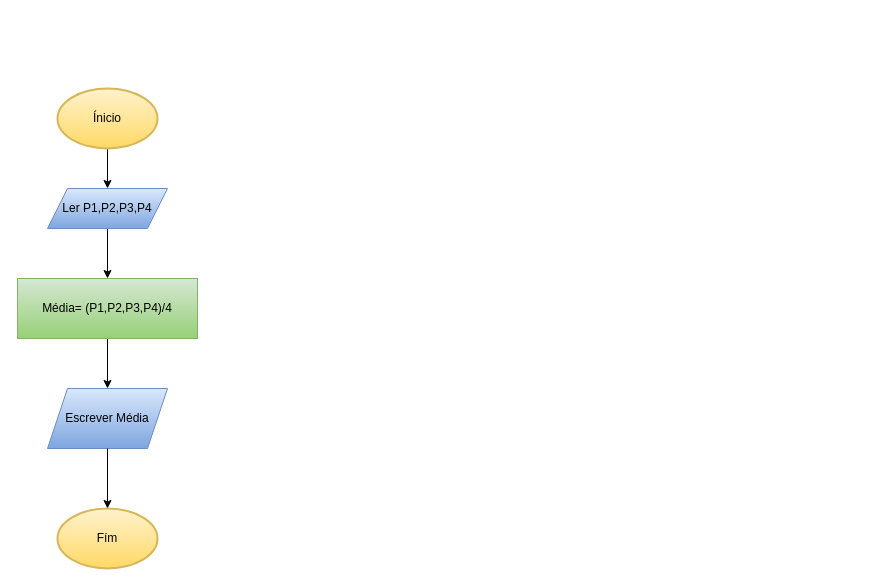
Jotape-by/Gramas keeps this draw.io diagram as Fluxogramas1.drawio. Above is the earlier version. Source tidied: cells renumbered, new cells numbered last; positions are measured from the earlier drawing's top-left corner, leaving out a move shared by most shapes. Both pictures are drawn from the tidied source at 100%, with x=0, y=0 at pixel (17, 88).
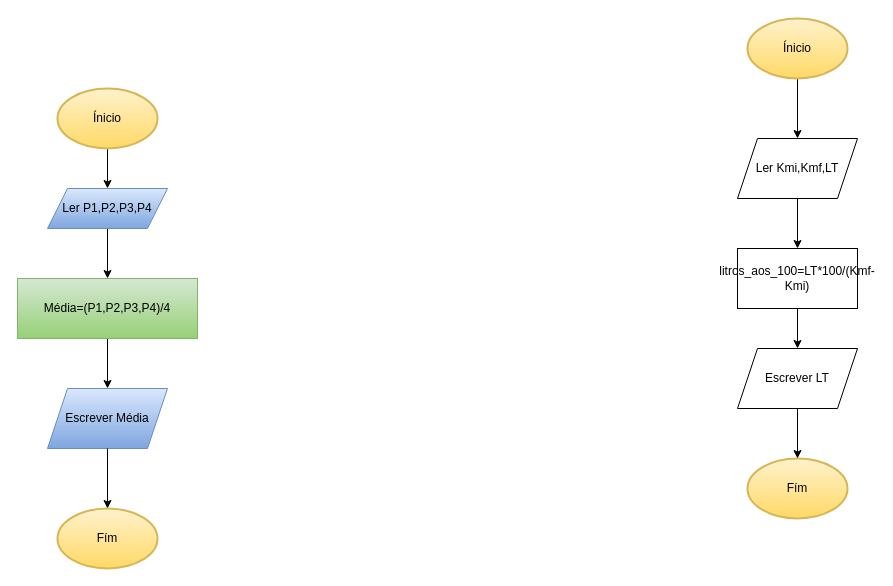
The same page after the edit.

Diff of the diagram source:
```diff
@@
 <mxGraphModel>
   <root>
     <mxCell id="0" />
     <mxCell id="1" parent="0" />
     <mxCell id="2" style="edgeStyle=orthogonalEdgeStyle;rounded=0;jettySize=auto;html=1;exitX=0.5;exitY=1;exitDx=0;exitDy=0;exitPerimeter=0;entryX=0.5;entryY=0;entryDx=0;entryDy=0;" parent="1" edge="1" source="3" target="6">
       <mxGeometry relative="1" as="geometry" />
     </mxCell>
     <mxCell id="3" value="Ínicio" style="strokeWidth=2;html=1;shape=mxgraph.flowchart.start_1;whiteSpace=wrap;fillColor=#fff2cc;gradientColor=#ffd966;strokeColor=#d6b656;" parent="1" vertex="1">
       <mxGeometry x="40" width="100" height="60" as="geometry" />
     </mxCell>
     <mxCell id="4" value="Fím" style="strokeWidth=2;html=1;shape=mxgraph.flowchart.start_1;whiteSpace=wrap;fillColor=#fff2cc;gradientColor=#ffd966;strokeColor=#d6b656;" parent="1" vertex="1">
       <mxGeometry x="40" y="420" width="100" height="60" as="geometry" />
     </mxCell>
     <mxCell id="5" style="edgeStyle=orthogonalEdgeStyle;rounded=0;jettySize=auto;html=1;exitX=0.5;exitY=1;exitDx=0;exitDy=0;entryX=0.5;entryY=0;entryDx=0;entryDy=0;" parent="1" edge="1" source="6" target="8">
       <mxGeometry relative="1" as="geometry" />
     </mxCell>
     <mxCell id="6" value="Ler P1,P2,P3,P4" style="shape=parallelogram;perimeter=parallelogramPerimeter;whiteSpace=wrap;html=1;shapeInside=1;fixedSize=1;fillColor=#dae8fc;gradientColor=#7ea6e0;strokeColor=#6c8ebf;" parent="1" vertex="1">
       <mxGeometry x="30" y="100" width="120" height="40" as="geometry" />
     </mxCell>
     <mxCell id="7" style="edgeStyle=orthogonalEdgeStyle;rounded=0;jettySize=auto;html=1;exitX=0.5;exitY=1;exitDx=0;exitDy=0;entryX=0.5;entryY=0;entryDx=0;entryDy=0;" parent="1" edge="1" source="8" target="9">
       <mxGeometry relative="1" as="geometry" />
     </mxCell>
-    <mxCell id="8" value="Média= (P1,P2,P3,P4)/4" style="rounded=0;whiteSpace=wrap;html=1;fillColor=#d5e8d4;gradientColor=#97d077;strokeColor=#82b366;" parent="1" vertex="1">
+    <mxCell id="8" value="Média=(P1,P2,P3,P4)/4" style="rounded=0;whiteSpace=wrap;html=1;fillColor=#d5e8d4;gradientColor=#97d077;strokeColor=#82b366;" parent="1" vertex="1">
       <mxGeometry y="190" width="180" height="60" as="geometry" />
     </mxCell>
     <mxCell id="9" value="Escrever Média" style="shape=parallelogram;perimeter=parallelogramPerimeter;whiteSpace=wrap;html=1;shapeInside=1;fixedSize=1;fillColor=#dae8fc;gradientColor=#7ea6e0;strokeColor=#6c8ebf;" parent="1" vertex="1">
       <mxGeometry x="30" y="300" width="120" height="60" as="geometry" />
     </mxCell>
     <mxCell id="10" style="edgeStyle=orthogonalEdgeStyle;rounded=0;jettySize=auto;html=1;exitX=0.5;exitY=1;exitDx=0;exitDy=0;entryX=0.5;entryY=0;entryDx=0;entryDy=0;entryPerimeter=0;" parent="1" edge="1" source="9" target="4">
       <mxGeometry relative="1" as="geometry" />
     </mxCell>
+    <mxCell id="11" style="edgeStyle=orthogonalEdgeStyle;rounded=0;jettySize=auto;html=1;exitX=0.5;exitY=1;exitDx=0;exitDy=0;exitPerimeter=0;entryX=0.5;entryY=0;entryDx=0;entryDy=0;" parent="1" edge="1" source="12" target="15">
+      <mxGeometry relative="1" as="geometry" />
+    </mxCell>
+    <mxCell id="12" value="Ínicio" style="strokeWidth=2;html=1;shape=mxgraph.flowchart.start_1;whiteSpace=wrap;fillColor=#fff2cc;gradientColor=#ffd966;strokeColor=#d6b656;" parent="1" vertex="1">
+      <mxGeometry x="730" y="-70" width="100" height="60" as="geometry" />
+    </mxCell>
+    <mxCell id="13" value="Fím" style="strokeWidth=2;html=1;shape=mxgraph.flowchart.start_1;whiteSpace=wrap;fillColor=#fff2cc;gradientColor=#ffd966;strokeColor=#d6b656;" parent="1" vertex="1">
+      <mxGeometry x="730" y="370" width="100" height="60" as="geometry" />
+    </mxCell>
+    <mxCell id="14" style="edgeStyle=orthogonalEdgeStyle;rounded=0;jettySize=auto;html=1;exitX=0.5;exitY=1;exitDx=0;exitDy=0;entryX=0.5;entryY=0;entryDx=0;entryDy=0;" parent="1" edge="1" source="15" target="19">
+      <mxGeometry relative="1" as="geometry" />
+    </mxCell>
+    <mxCell id="15" value="Ler Kmi,Kmf,LT" style="shape=parallelogram;perimeter=parallelogramPerimeter;whiteSpace=wrap;html=1;shapeInside=1;fixedSize=1;" parent="1" vertex="1">
+      <mxGeometry x="720" y="50" width="120" height="60" as="geometry" />
+    </mxCell>
+    <mxCell id="16" style="edgeStyle=orthogonalEdgeStyle;rounded=0;jettySize=auto;html=1;exitX=0.5;exitY=1;exitDx=0;exitDy=0;" parent="1" edge="1" source="17" target="13">
+      <mxGeometry relative="1" as="geometry" />
+    </mxCell>
+    <mxCell id="17" value="&lt;div&gt;Escrever LT&lt;/div&gt;" style="shape=parallelogram;perimeter=parallelogramPerimeter;whiteSpace=wrap;html=1;shapeInside=1;fixedSize=1;" parent="1" vertex="1">
+      <mxGeometry x="720" y="260" width="120" height="60" as="geometry" />
+    </mxCell>
+    <mxCell id="18" style="edgeStyle=orthogonalEdgeStyle;rounded=0;jettySize=auto;html=1;exitX=0.5;exitY=1;exitDx=0;exitDy=0;entryX=0.5;entryY=0;entryDx=0;entryDy=0;" parent="1" edge="1" source="19" target="17">
+      <mxGeometry relative="1" as="geometry" />
+    </mxCell>
+    <mxCell id="19" value="litros_aos_100=LT*100/(Kmf-Kmi)" style="rounded=0;whiteSpace=wrap;html=1;" parent="1" vertex="1">
+      <mxGeometry x="720" y="160" width="120" height="60" as="geometry" />
+    </mxCell>
   </root>
 </mxGraphModel>
```
